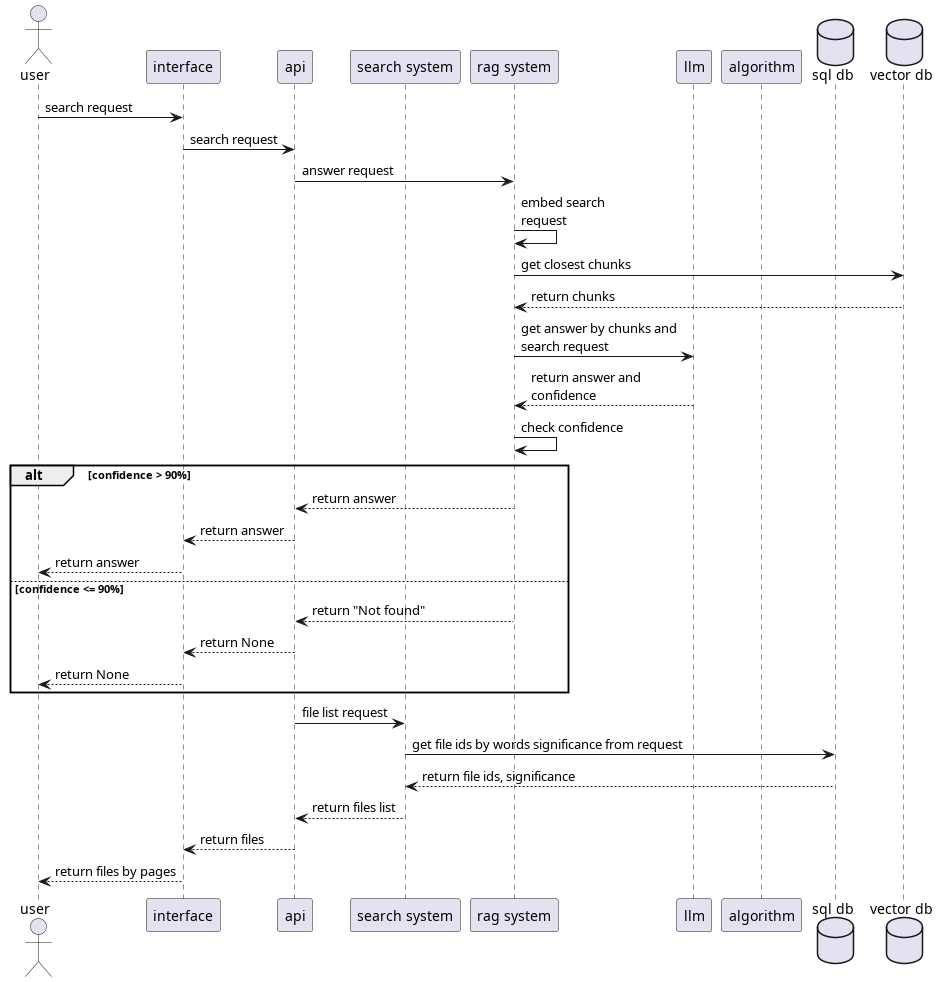
This is backend/docs/images/sequence.png from hareckii/NLP, a PlantUML export, as it was before one commit. Source of this version:
```plantuml
@startuml sequence
actor user
participant interface
participant api
participant "search system" as sys
participant "rag system" as rag
participant llm
participant algorithm as alg
Database "sql db" as sql
Database "vector db" as vec

user -> interface: search request
interface -> api: search request
api -> rag: answer request
rag -> rag: embed search\nrequest
rag -> vec: get closest chunks
vec --> rag: return chunks
rag -> llm: get answer by chunks and\nsearch request
llm --> rag: return answer and\nconfidence
rag -> rag: check confidence
alt confidence > 90%
    rag --> api: return answer
    api --> interface: return answer
    interface --> user: return answer
else confidence <= 90%
    rag --> api: return "Not found"
    api --> interface: return None
    interface --> user: return None
end

api -> sys: file list request
sys -> sql: get file ids by words significance from request
sql --> sys: return file ids, significance
sys--> api: return files list
api --> interface: return files
interface --> user: return files by pages
@enduml
```
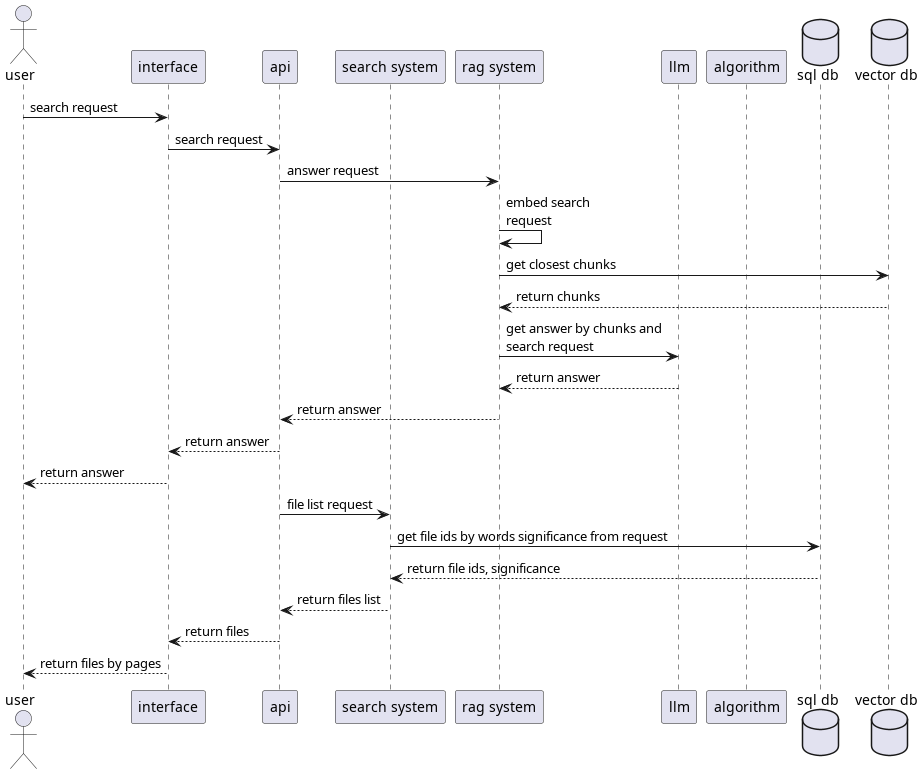
The same file after the commit.

Commit message:
feat(docs): add architecture and interface documentation

Change to the diagram source:
```diff
@@ -16,17 +16,10 @@
 rag -> vec: get closest chunks
 vec --> rag: return chunks
 rag -> llm: get answer by chunks and\nsearch request
-llm --> rag: return answer and\nconfidence
-rag -> rag: check confidence
-alt confidence > 90%
-    rag --> api: return answer
-    api --> interface: return answer
-    interface --> user: return answer
-else confidence <= 90%
-    rag --> api: return "Not found"
-    api --> interface: return None
-    interface --> user: return None
-end
+llm --> rag: return answer
+rag --> api: return answer
+api --> interface: return answer
+interface --> user: return answer
 
 api -> sys: file list request
 sys -> sql: get file ids by words significance from request
```
